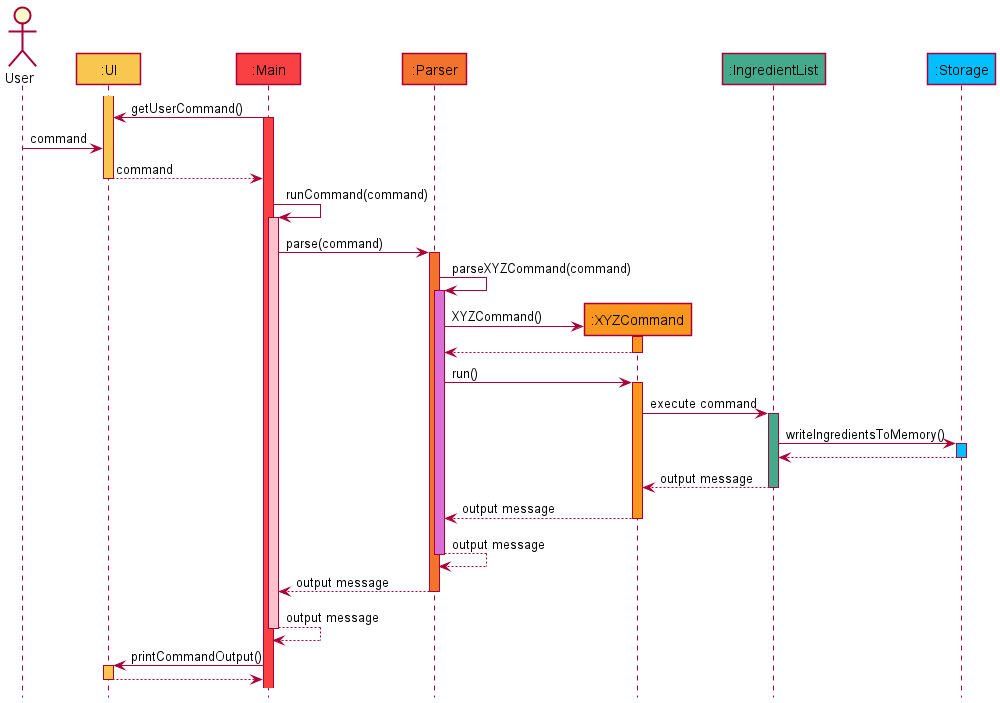
Before: docs/images/InteractionSeqDiagram.png, a diagram exported from PlantUML (nus-cs2113-AY2122S1/tp).
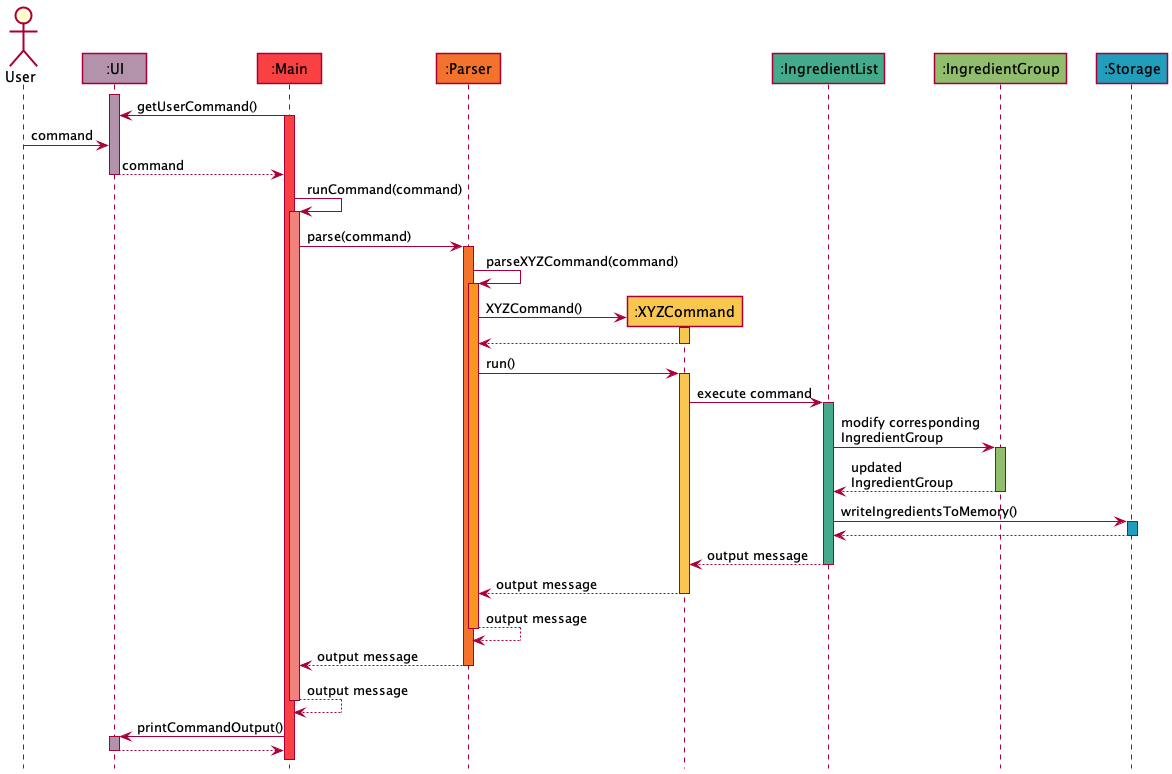
Above is the later version.

What changed in the source:
```diff
@@ -8,7 +8,9 @@
 participant ":Parser" as P PARSER_COLOUR
 participant ":XYZCommand" as C COMMAND_COLOUR
 participant ":IngredientList" as IL INGREDIENTLIST_COLOUR
+participant ":IngredientGroup" as IG INGREDIENTGROUP_COLOUR
 participant ":Storage" as S STORAGE_COLOUR
+
 
 activate UI UI_COLOUR
 
@@ -21,7 +23,7 @@
 deactivate UI
 
 M -> M: runCommand(command)
-activate M #pink
+activate M #F1827E
 
 M -> P: parse(command)
 activate P PARSER_COLOUR
@@ -40,6 +42,12 @@
 
 C -> IL: execute command
 activate IL INGREDIENTLIST_COLOUR
+
+IL -> IG: modify corresponding IngredientGroup
+activate IG INGREDIENTGROUP_COLOUR
+
+IG --> IL: updated IngredientGroup
+deactivate IG
 
 IL -> S: writeIngredientsToMemory()
 activate S STORAGE_COLOUR
```
